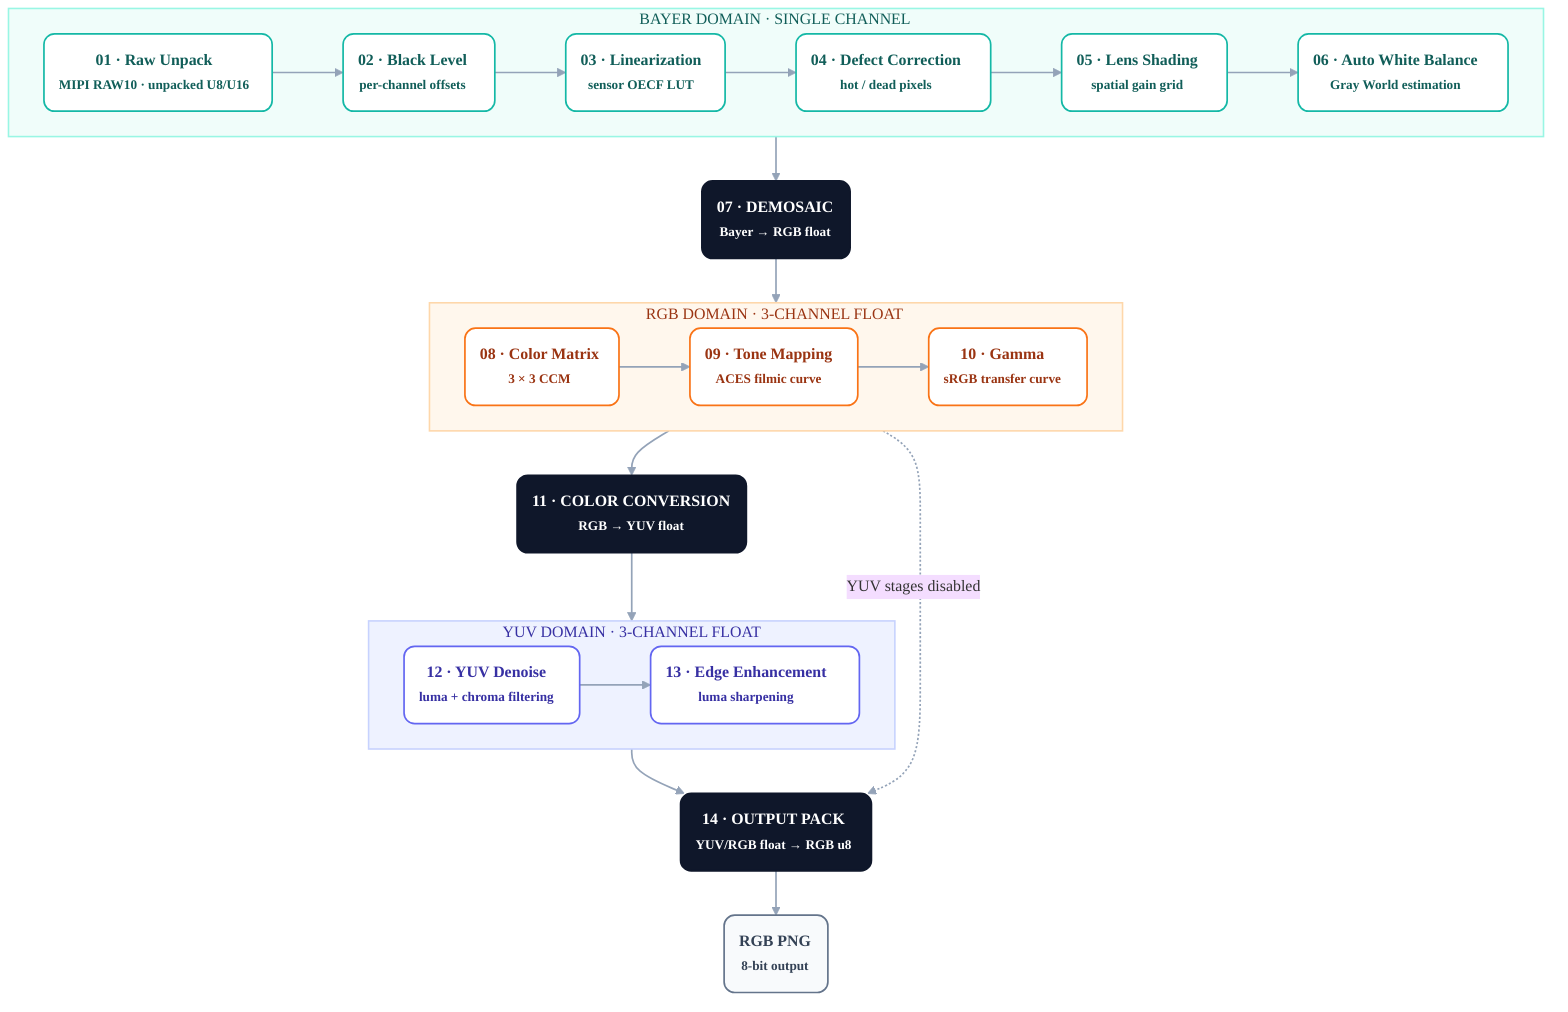
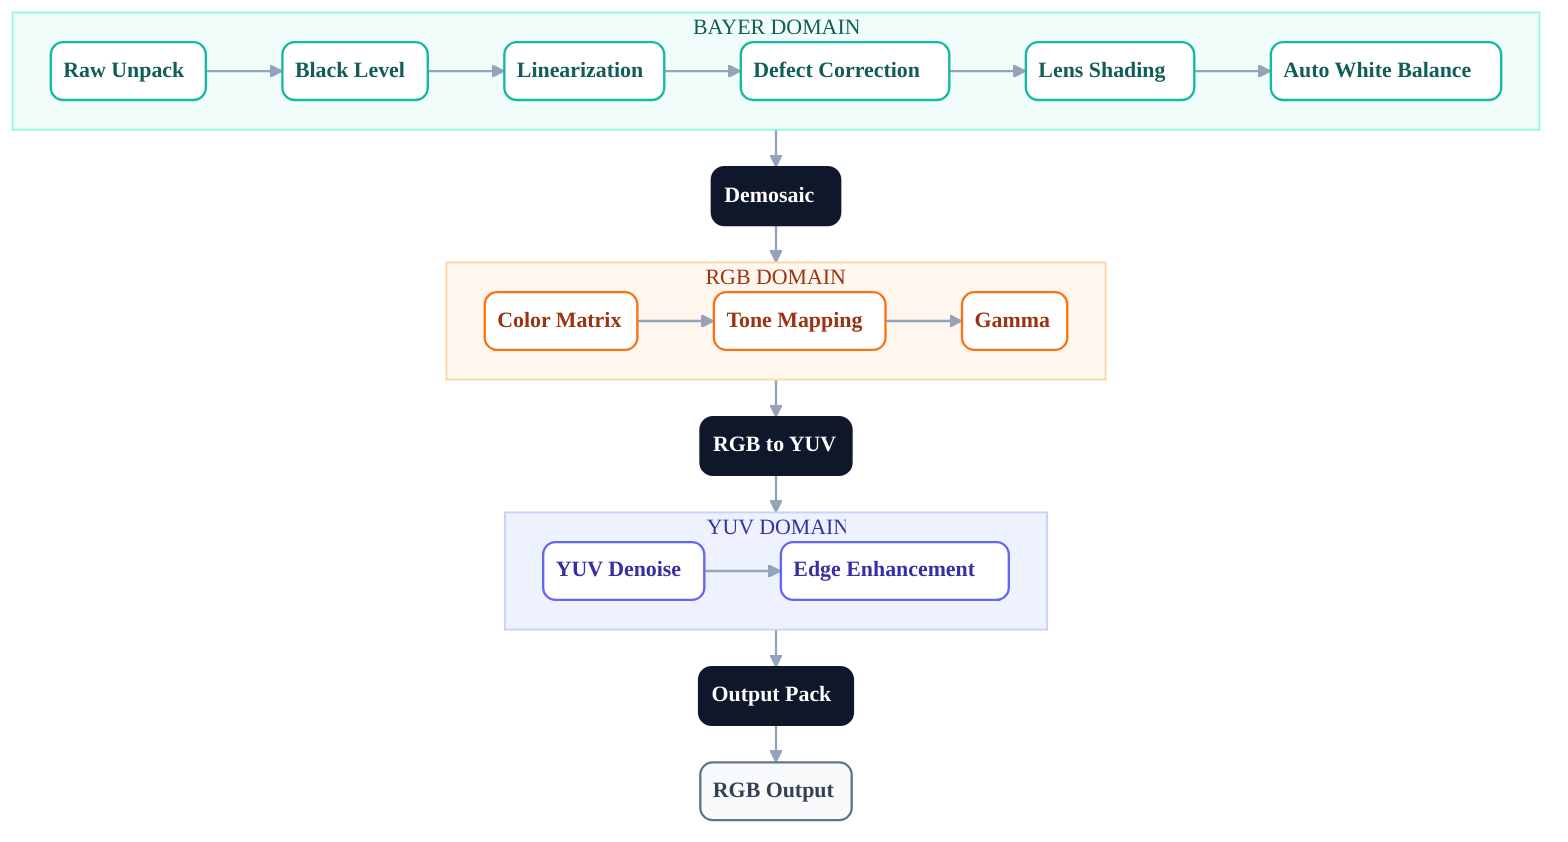
- %%{init: {"theme":"base","themeVariables":{"fontFamily":"Inter, ui-sans-serif, system-ui, -apple-system, BlinkMacSystemFont, Segoe UI, sans-serif","fontSize":"15px","lineColor":"#94A3B8","textColor":"#0F172A","mainBkg":"#FFFFFF","clusterBkg":"#FFFFFF","clusterBorder":"#CBD5E1"},"flowchart":{"curve":"basis","nodeSpacing":28,"rankSpacing":42,"padding":14,"htmlLabels":true}}}%%
+ %%{init: {"theme":"base","themeVariables":{"fontFamily":"Arial, Helvetica, sans-serif","fontSize":"14px","lineColor":"#94A3B8","textColor":"#0F172A","mainBkg":"#FFFFFF","clusterBkg":"#FFFFFF","clusterBorder":"#CBD5E1"},"flowchart":{"curve":"basis","nodeSpacing":18,"rankSpacing":24,"padding":8,"htmlLabels":true}}}%%
flowchart TB
    %% LibreCudaISP processing domains and format transitions.
-     classDef bayer fill:#FFFFFF,stroke:#14B8A6,stroke-width:1.6px,color:#115E59,font-weight:600,rx:10px,ry:10px;
-     classDef rgb fill:#FFFFFF,stroke:#F97316,stroke-width:1.6px,color:#9A3412,font-weight:600,rx:10px,ry:10px;
-     classDef yuv fill:#FFFFFF,stroke:#6366F1,stroke-width:1.6px,color:#3730A3,font-weight:600,rx:10px,ry:10px;
-     classDef convert fill:#0F172A,stroke:#0F172A,stroke-width:1.8px,color:#FFFFFF,font-weight:600,rx:10px,ry:10px;
-     classDef output fill:#F8FAFC,stroke:#64748B,stroke-width:1.6px,color:#334155,font-weight:600,rx:10px,ry:10px;
+     classDef bayer fill:#FFFFFF,stroke:#14B8A6,stroke-width:1.5px,color:#115E59,font-weight:600,rx:8px,ry:8px;
+     classDef rgb fill:#FFFFFF,stroke:#F97316,stroke-width:1.5px,color:#9A3412,font-weight:600,rx:8px,ry:8px;
+     classDef yuv fill:#FFFFFF,stroke:#6366F1,stroke-width:1.5px,color:#3730A3,font-weight:600,rx:8px,ry:8px;
+     classDef convert fill:#0F172A,stroke:#0F172A,stroke-width:1.5px,color:#FFFFFF,font-weight:600,rx:8px,ry:8px;
+     classDef output fill:#F8FAFC,stroke:#64748B,stroke-width:1.5px,color:#334155,font-weight:600,rx:8px,ry:8px;

-     subgraph BayerDomain["BAYER DOMAIN · SINGLE CHANNEL"]
+     subgraph BayerDomain["BAYER DOMAIN"]
        direction LR
-         Unpack("01 · Raw Unpack<br/><small>MIPI RAW10 · unpacked U8/U16</small>"):::bayer
-         BLC("02 · Black Level<br/><small>per-channel offsets</small>"):::bayer
-         OECF("03 · Linearization<br/><small>sensor OECF LUT</small>"):::bayer
-         DPC("04 · Defect Correction<br/><small>hot / dead pixels</small>"):::bayer
-         LSC("05 · Lens Shading<br/><small>spatial gain grid</small>"):::bayer
-         WB("06 · Auto White Balance<br/><small>Gray World estimation</small>"):::bayer
+         Unpack("Raw Unpack"):::bayer
+         BLC("Black Level"):::bayer
+         OECF("Linearization"):::bayer
+         DPC("Defect Correction"):::bayer
+         LSC("Lens Shading"):::bayer
+         WB("Auto White Balance"):::bayer
        Unpack --> BLC --> OECF --> DPC --> LSC --> WB
    end

-     Demosaic("07 · DEMOSAIC<br/><small>Bayer → RGB float</small>"):::convert
+     Demosaic("Demosaic"):::convert

-     subgraph RGBDomain["RGB DOMAIN · 3-CHANNEL FLOAT"]
+     subgraph RGBDomain["RGB DOMAIN"]
        direction LR
-         CCM("08 · Color Matrix<br/><small>3 × 3 CCM</small>"):::rgb
-         Tone("09 · Tone Mapping<br/><small>ACES filmic curve</small>"):::rgb
-         Gamma("10 · Gamma<br/><small>sRGB transfer curve</small>"):::rgb
+         CCM("Color Matrix"):::rgb
+         Tone("Tone Mapping"):::rgb
+         Gamma("Gamma"):::rgb
        CCM --> Tone --> Gamma
    end

-     RGB2YUV("11 · COLOR CONVERSION<br/><small>RGB → YUV float</small>"):::convert
+     RGB2YUV("RGB to YUV"):::convert

-     subgraph YUVDomain["YUV DOMAIN · 3-CHANNEL FLOAT"]
+     subgraph YUVDomain["YUV DOMAIN"]
        direction LR
-         Denoise("12 · YUV Denoise<br/><small>luma + chroma filtering</small>"):::yuv
-         Edge("13 · Edge Enhancement<br/><small>luma sharpening</small>"):::yuv
+         Denoise("YUV Denoise"):::yuv
+         Edge("Edge Enhancement"):::yuv
        Denoise --> Edge
    end

-     Pack("14 · OUTPUT PACK<br/><small>YUV/RGB float → RGB u8</small>"):::convert
-     Output("RGB PNG<br/><small>8-bit output</small>"):::output
+     Pack("Output Pack"):::convert
+     Output("RGB Output"):::output

    WB --> Demosaic --> CCM
    Gamma --> RGB2YUV --> Denoise
    Edge --> Pack --> Output
-     Gamma -. "YUV stages disabled" .-> Pack

-     linkStyle default stroke:#94A3B8,stroke-width:1.6px
-     style BayerDomain fill:#F0FDFA,stroke:#99F6E4,stroke-width:1.5px,color:#115E59
-     style RGBDomain fill:#FFF7ED,stroke:#FED7AA,stroke-width:1.5px,color:#9A3412
-     style YUVDomain fill:#EEF2FF,stroke:#C7D2FE,stroke-width:1.5px,color:#3730A3
+     linkStyle default stroke:#94A3B8,stroke-width:1.5px
+     style BayerDomain fill:#F0FDFA,stroke:#99F6E4,stroke-width:1.25px,color:#115E59
+     style RGBDomain fill:#FFF7ED,stroke:#FED7AA,stroke-width:1.25px,color:#9A3412
+     style YUVDomain fill:#EEF2FF,stroke:#C7D2FE,stroke-width:1.25px,color:#3730A3
